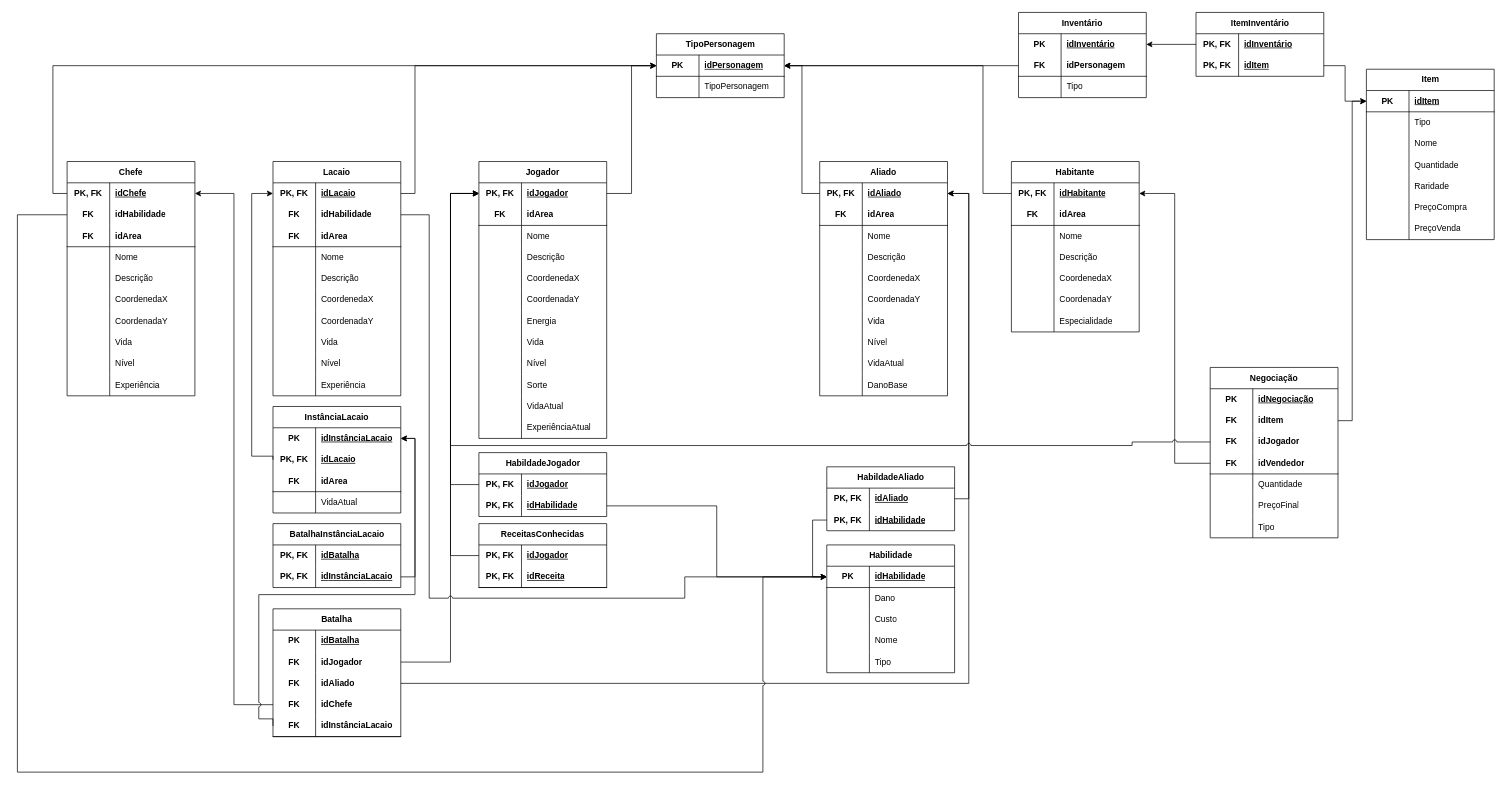
This is docs/assets/drawio/modelo-relacional-personagem.drawio from SBD1/2025.1-Marventura, a draw.io file, before an edit. Source tidied: cells renumbered, new cells numbered last; positions are measured from the earlier drawing's top-left corner, leaving out a move shared by most shapes. Both pictures are drawn from the tidied source at 71%, with x=0, y=0 at pixel (17, 12).
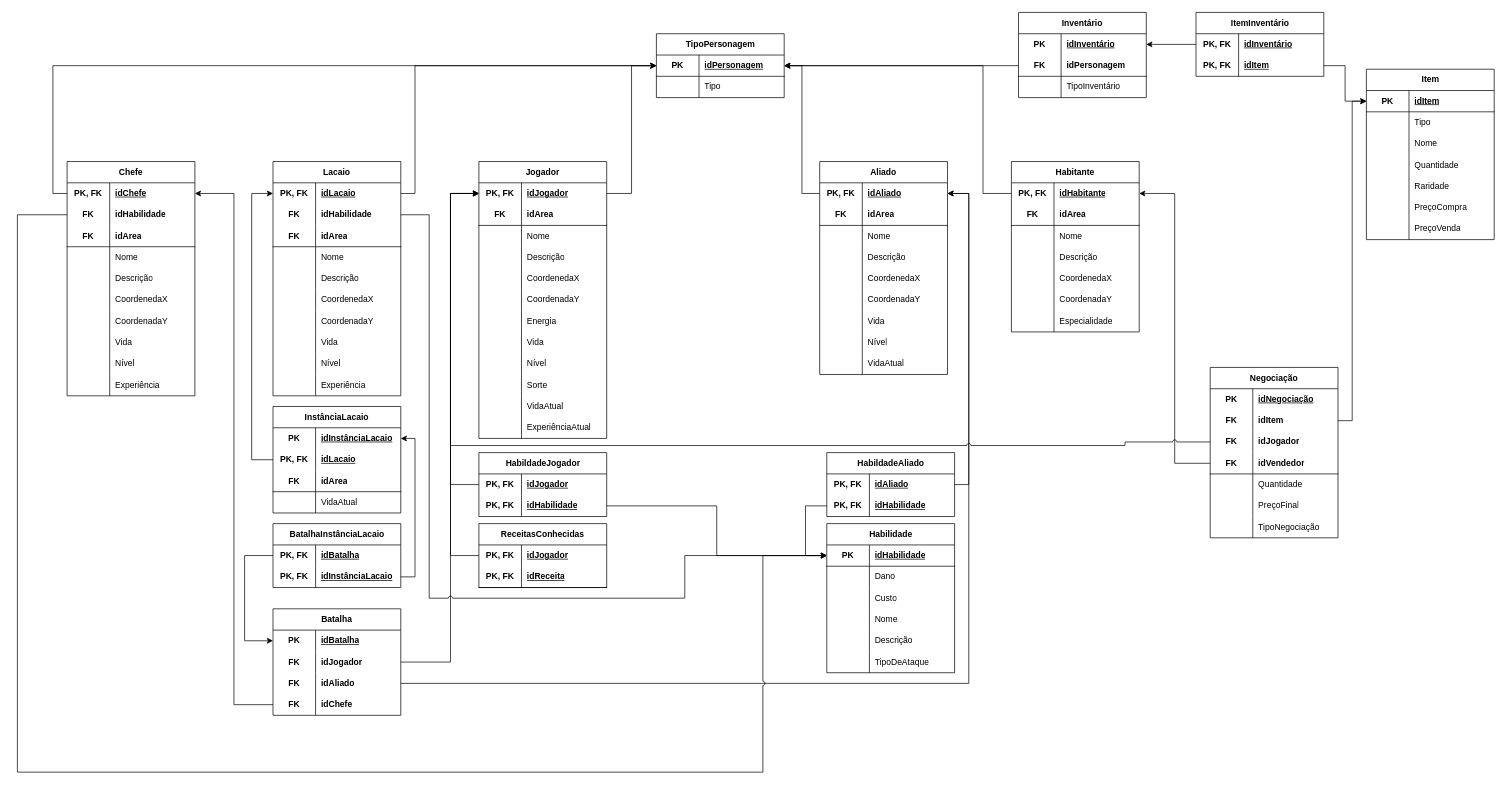
Above is the later version.

Unchanged cells that the change refers to:
```xml
<mxCell id="6" style="shape=tableRow;horizontal=0;startSize=0;swimlaneHead=0;swimlaneBody=0;fillColor=none;points=[[0,0.5],[1,0.5]];portConstraint=eastwest;top=0;left=0;right=0;bottom=0;" parent="2" vertex="1">
  <mxGeometry y="60" width="180" height="30" as="geometry" />
</mxCell>
<mxCell id="10" style="shape=tableRow;horizontal=0;startSize=0;swimlaneHead=0;swimlaneBody=0;fillColor=none;points=[[0,0.5],[1,0.5]];portConstraint=eastwest;top=0;left=0;right=0;bottom=0;html=1;" parent="9" vertex="1">
  <mxGeometry y="30" width="180" height="30" as="geometry" />
</mxCell>
<mxCell id="13" style="shape=tableRow;horizontal=0;startSize=0;swimlaneHead=0;swimlaneBody=0;fillColor=none;points=[[0,0.5],[1,0.5]];portConstraint=eastwest;top=0;left=0;right=0;bottom=0;html=1;" parent="9" vertex="1">
  <mxGeometry y="60" width="180" height="30" as="geometry" />
</mxCell>
<mxCell id="23" style="shape=tableRow;horizontal=0;startSize=0;swimlaneHead=0;swimlaneBody=0;fillColor=none;points=[[0,0.5],[1,0.5]];portConstraint=eastwest;top=0;left=0;right=0;bottom=0;" parent="22" vertex="1">
  <mxGeometry y="30" width="180" height="30" as="geometry" />
</mxCell>
<mxCell id="37" style="shape=tableRow;horizontal=0;startSize=0;swimlaneHead=0;swimlaneBody=0;fillColor=none;points=[[0,0.5],[1,0.5]];portConstraint=eastwest;top=0;left=0;right=0;bottom=1;" parent="36" vertex="1">
  <mxGeometry y="30" width="180" height="30" as="geometry" />
</mxCell>
<mxCell id="56" style="shape=tableRow;horizontal=0;startSize=0;swimlaneHead=0;swimlaneBody=0;fillColor=none;top=0;left=0;right=0;bottom=0;" parent="52" vertex="1">
  <mxGeometry y="60" width="180" height="30" as="geometry" />
</mxCell>
<mxCell id="60" style="shape=tableRow;horizontal=0;startSize=0;swimlaneHead=0;swimlaneBody=0;fillColor=none;points=[[0,0.5],[1,0.5]];portConstraint=eastwest;top=0;left=0;right=0;bottom=0;html=1;" parent="59" vertex="1">
  <mxGeometry y="30" width="180" height="30" as="geometry" />
</mxCell>
<mxCell id="138" style="shape=tableRow;horizontal=0;startSize=0;swimlaneHead=0;swimlaneBody=0;fillColor=none;top=0;left=0;right=0;bottom=0;html=1;" parent="131" vertex="1">
  <mxGeometry y="90" width="180" height="30" as="geometry" />
</mxCell>
<mxCell id="168" style="shape=tableRow;horizontal=0;startSize=0;swimlaneHead=0;swimlaneBody=0;fillColor=none;points=[[0,0.5],[1,0.5]];portConstraint=eastwest;top=0;left=0;right=0;bottom=0;html=1;" parent="167" vertex="1">
  <mxGeometry y="30" width="180" height="30" as="geometry" />
</mxCell>
<mxCell id="171" style="shape=tableRow;horizontal=0;startSize=0;swimlaneHead=0;swimlaneBody=0;fillColor=none;points=[[0,0.5],[1,0.5]];portConstraint=eastwest;top=0;left=0;right=0;bottom=0;html=1;" parent="167" vertex="1">
  <mxGeometry y="60" width="180" height="30" as="geometry" />
</mxCell>
<mxCell id="202" style="shape=tableRow;horizontal=0;startSize=0;swimlaneHead=0;swimlaneBody=0;fillColor=none;points=[[0,0.5],[1,0.5]];portConstraint=eastwest;top=0;left=0;right=0;bottom=0;html=1;" parent="198" vertex="1">
  <mxGeometry y="60" width="180" height="30" as="geometry" />
</mxCell>
<mxCell id="233" style="shape=tableRow;horizontal=0;startSize=0;swimlaneHead=0;swimlaneBody=0;fillColor=none;points=[[0,0.5],[1,0.5]];portConstraint=eastwest;top=0;left=0;right=0;bottom=0;html=1;" parent="232" vertex="1">
  <mxGeometry y="30" width="180" height="30" as="geometry" />
</mxCell>
<mxCell id="293" style="shape=tableRow;horizontal=0;startSize=0;swimlaneHead=0;swimlaneBody=0;fillColor=none;points=[[0,0.5],[1,0.5]];portConstraint=eastwest;top=0;left=0;right=0;bottom=0;html=1;" parent="286" vertex="1">
  <mxGeometry y="90" width="180" height="30" as="geometry" />
</mxCell>
<mxCell id="305" style="shape=tableRow;horizontal=0;startSize=0;swimlaneHead=0;swimlaneBody=0;fillColor=none;top=0;left=0;right=0;bottom=0;html=1;" parent="286" vertex="1">
  <mxGeometry y="210" width="180" height="30" as="geometry" />
</mxCell>
```

Diff of the diagram source:
```diff
@@
     <mxCell id="2" value="HabildadeAliado" style="shape=table;startSize=30;childLayout=tableLayout;rowLines=0;fontStyle=1;align=center;html=1;" parent="1" vertex="1">
-      <mxGeometry x="1140" y="640" width="180" height="90" as="geometry" />
+      <mxGeometry x="1140" y="620" width="180" height="90" as="geometry" />
     </mxCell>
@@
     <mxCell id="36" value="Habilidade" style="shape=table;startSize=30;childLayout=tableLayout;rowLines=0;fontStyle=1;align=center;html=1;" parent="1" vertex="1">
-      <mxGeometry x="1140" y="750" width="180" height="180" as="geometry" />
+      <mxGeometry x="1140" y="720" width="180" height="210" as="geometry" />
     </mxCell>
@@
+    <mxCell id="320" style="shape=tableRow;horizontal=0;startSize=0;swimlaneHead=0;swimlaneBody=0;fillColor=none;top=0;left=0;right=0;bottom=0;" parent="36" vertex="1">
+      <mxGeometry y="150" width="180" height="30" as="geometry" />
+    </mxCell>
+    <mxCell id="125" style="shape=partialRectangle;fillColor=none;top=0;left=0;bottom=0;right=0;overflow=hidden;whiteSpace=wrap;html=1;" parent="320" vertex="1">
+      <mxGeometry width="60" height="30" as="geometry" />
+    </mxCell>
+    <mxCell id="321" value="Descrição" style="shape=partialRectangle;fillColor=none;top=0;left=0;bottom=0;right=0;align=left;spacingLeft=6;overflow=hidden;whiteSpace=wrap;html=1;" parent="320" vertex="1">
+      <mxGeometry x="60" width="120" height="30" as="geometry" />
+    </mxCell>
     <mxCell id="49" style="shape=tableRow;horizontal=0;startSize=0;swimlaneHead=0;swimlaneBody=0;fillColor=none;top=0;left=0;right=0;bottom=0;" parent="36" vertex="1">
-      <mxGeometry y="150" width="180" height="30" as="geometry" />
+      <mxGeometry y="180" width="180" height="30" as="geometry" />
     </mxCell>
@@
-    <mxCell id="51" value="Tipo" style="shape=partialRectangle;fillColor=none;top=0;left=0;bottom=0;right=0;align=left;spacingLeft=6;overflow=hidden;whiteSpace=wrap;html=1;" parent="49" vertex="1">
+    <mxCell id="51" value="TipoDeAtaque" style="shape=partialRectangle;fillColor=none;top=0;left=0;bottom=0;right=0;align=left;spacingLeft=6;overflow=hidden;whiteSpace=wrap;html=1;" parent="49" vertex="1">
       <mxGeometry x="60" width="120" height="30" as="geometry" />
     </mxCell>
@@
-    <mxCell id="58" value="TipoPersonagem" style="shape=partialRectangle;fillColor=none;top=0;left=0;bottom=0;right=0;align=left;spacingLeft=6;overflow=hidden;whiteSpace=wrap;html=1;" parent="56" vertex="1">
+    <mxCell id="58" value="Tipo" style="shape=partialRectangle;fillColor=none;top=0;left=0;bottom=0;right=0;align=left;spacingLeft=6;overflow=hidden;whiteSpace=wrap;html=1;" parent="56" vertex="1">
       <mxGeometry x="60" width="120" height="30" as="geometry" />
     </mxCell>
@@
     <mxCell id="96" value="Aliado" style="shape=table;startSize=30;childLayout=tableLayout;rowLines=0;fontStyle=1;align=center;html=1;whiteSpace=wrap;" parent="1" vertex="1">
-      <mxGeometry x="1130" y="210" width="180" height="330" as="geometry" />
+      <mxGeometry x="1130" y="210" width="180" height="300" as="geometry" />
     </mxCell>
@@
-    <mxCell id="124" style="shape=tableRow;horizontal=0;startSize=0;swimlaneHead=0;swimlaneBody=0;fillColor=none;top=0;left=0;right=0;bottom=0;" parent="96" vertex="1">
-      <mxGeometry y="300" width="180" height="30" as="geometry" />
-    </mxCell>
-    <mxCell id="125" style="shape=partialRectangle;fillColor=none;top=0;left=0;bottom=0;right=0;overflow=hidden;whiteSpace=wrap;html=1;" parent="124" vertex="1">
-      <mxGeometry width="60" height="30" as="geometry" />
-    </mxCell>
-    <mxCell id="126" value="DanoBase" style="shape=partialRectangle;fillColor=none;top=0;left=0;bottom=0;right=0;align=left;spacingLeft=6;overflow=hidden;whiteSpace=wrap;html=1;" parent="124" vertex="1">
-      <mxGeometry x="60" width="120" height="30" as="geometry" />
-    </mxCell>
@@
     <mxCell id="130" style="edgeStyle=orthogonalEdgeStyle;rounded=0;jettySize=auto;html=1;exitX=0;exitY=0.5;exitDx=0;exitDy=0;entryX=0;entryY=0.5;entryDx=0;entryDy=0;" parent="1" edge="1" source="6" target="37">
-      <mxGeometry relative="1" as="geometry" />
+      <mxGeometry relative="1" as="geometry">
+        <Array as="points">
+          <mxPoint x="1110" y="695" />
+          <mxPoint x="1110" y="765" />
+        </Array>
+      </mxGeometry>
     </mxCell>
@@
-    <mxCell id="140" value="Tipo" style="shape=partialRectangle;fillColor=none;top=0;left=0;bottom=0;right=0;align=left;spacingLeft=6;overflow=hidden;html=1;whiteSpace=wrap;" parent="138" vertex="1">
+    <mxCell id="140" value="TipoInventário" style="shape=partialRectangle;fillColor=none;top=0;left=0;bottom=0;right=0;align=left;spacingLeft=6;overflow=hidden;html=1;whiteSpace=wrap;" parent="138" vertex="1">
       <mxGeometry x="60" width="120" height="30" as="geometry" />
     </mxCell>
@@
     <mxCell id="166" style="edgeStyle=orthogonalEdgeStyle;rounded=0;jettySize=auto;html=1;entryX=0;entryY=0.5;entryDx=0;entryDy=0;exitX=0;exitY=0.5;exitDx=0;exitDy=0;" parent="1" edge="1" source="13" target="168">
       <mxGeometry relative="1" as="geometry">
         <Array as="points">
-          <mxPoint x="330" y="625" />
+          <mxPoint x="330" y="630" />
           <mxPoint x="330" y="255" />
         </Array>
       </mxGeometry>
     </mxCell>
@@
     <mxCell id="232" value="Batalha" style="shape=table;startSize=30;childLayout=tableLayout;rowLines=0;fontStyle=1;align=center;html=1;whiteSpace=wrap;" parent="1" vertex="1">
-      <mxGeometry x="360" y="840" width="180" height="180" as="geometry" />
+      <mxGeometry x="360" y="840" width="180" height="150" as="geometry" />
     </mxCell>
@@
-    <mxCell id="245" style="shape=tableRow;horizontal=0;startSize=0;swimlaneHead=0;swimlaneBody=0;fillColor=none;points=[[0,0.5],[1,0.5]];portConstraint=eastwest;top=0;left=0;right=0;bottom=1;html=1;" parent="232" vertex="1">
-      <mxGeometry y="150" width="180" height="30" as="geometry" />
-    </mxCell>
-    <mxCell id="246" value="FK" style="shape=partialRectangle;fillColor=none;top=0;left=0;bottom=0;right=0;fontStyle=1;overflow=hidden;html=1;whiteSpace=wrap;" parent="245" vertex="1">
-      <mxGeometry width="60" height="30" as="geometry" />
-    </mxCell>
-    <mxCell id="247" value="idInstânciaLacaio" style="shape=partialRectangle;fillColor=none;top=0;left=0;bottom=0;right=0;align=left;spacingLeft=6;fontStyle=1;overflow=hidden;html=1;whiteSpace=wrap;" parent="245" vertex="1">
-      <mxGeometry x="60" width="120" height="30" as="geometry" />
-    </mxCell>
@@
-    <mxCell id="249" style="edgeStyle=orthogonalEdgeStyle;rounded=0;jettySize=auto;html=1;entryX=1;entryY=0.5;entryDx=0;entryDy=0;jumpStyle=arc;exitX=0;exitY=0.5;exitDx=0;exitDy=0;" parent="1" edge="1" source="245" target="10">
+    <mxCell id="249" style="edgeStyle=orthogonalEdgeStyle;rounded=0;jettySize=auto;html=1;entryX=1;entryY=0.5;entryDx=0;entryDy=0;jumpStyle=arc;exitX=0;exitY=0.5;exitDx=0;exitDy=0;" parent="1" edge="1" target="10">
       <mxGeometry relative="1" as="geometry">
         <Array as="points">
           <mxPoint x="360" y="995" />
           <mxPoint x="340" y="995" />
           <mxPoint x="340" y="820" />
           <mxPoint x="560" y="820" />
           <mxPoint x="560" y="600" />
         </Array>
       </mxGeometry>
     </mxCell>
@@
     <mxCell id="252" style="edgeStyle=orthogonalEdgeStyle;rounded=0;jettySize=auto;html=1;entryX=0;entryY=0.5;entryDx=0;entryDy=0;jumpStyle=arc;" parent="1" edge="1" source="202" target="37">
       <mxGeometry relative="1" as="geometry">
         <Array as="points">
           <mxPoint y="285" />
           <mxPoint y="1070" />
           <mxPoint x="1050" y="1070" />
-          <mxPoint x="1050" y="795" />
+          <mxPoint x="1050" y="765" />
         </Array>
       </mxGeometry>
     </mxCell>
     <mxCell id="253" style="edgeStyle=orthogonalEdgeStyle;rounded=0;jettySize=auto;html=1;entryX=0;entryY=0.5;entryDx=0;entryDy=0;jumpStyle=arc;" parent="1" edge="1" source="171" target="37">
       <mxGeometry relative="1" as="geometry">
         <Array as="points">
           <mxPoint x="580" y="285" />
           <mxPoint x="580" y="825" />
           <mxPoint x="940" y="825" />
-          <mxPoint x="940" y="795" />
+          <mxPoint x="940" y="765" />
         </Array>
       </mxGeometry>
     </mxCell>
@@
-    <mxCell id="307" value="Tipo" style="shape=partialRectangle;fillColor=none;top=0;left=0;bottom=0;right=0;align=left;spacingLeft=6;overflow=hidden;html=1;whiteSpace=wrap;" parent="305" vertex="1">
+    <mxCell id="307" value="TipoNegociação" style="shape=partialRectangle;fillColor=none;top=0;left=0;bottom=0;right=0;align=left;spacingLeft=6;overflow=hidden;html=1;whiteSpace=wrap;" parent="305" vertex="1">
       <mxGeometry x="60" width="120" height="30" as="geometry" />
     </mxCell>
@@
     <mxCell id="310" style="edgeStyle=orthogonalEdgeStyle;rounded=0;jettySize=auto;html=1;entryX=0;entryY=0.5;entryDx=0;entryDy=0;exitX=0;exitY=0.5;exitDx=0;exitDy=0;jumpStyle=arc;" parent="1" edge="1" source="293" target="60">
       <mxGeometry relative="1" as="geometry">
         <Array as="points">
-          <mxPoint x="1570" y="605" />
-          <mxPoint x="1570" y="610" />
+          <mxPoint x="1560" y="605" />
+          <mxPoint x="1560" y="610" />
           <mxPoint x="610" y="610" />
           <mxPoint x="610" y="255" />
         </Array>
       </mxGeometry>
     </mxCell>
@@
+    <mxCell id="322" style="edgeStyle=orthogonalEdgeStyle;rounded=0;jettySize=auto;html=1;exitX=0;exitY=0.5;exitDx=0;exitDy=0;entryX=0;entryY=0.5;entryDx=0;entryDy=0;jumpStyle=arc;" parent="1" edge="1" source="23" target="233">
+      <mxGeometry relative="1" as="geometry">
+        <Array as="points">
+          <mxPoint x="320" y="765" />
+          <mxPoint x="320" y="885" />
+        </Array>
+      </mxGeometry>
+    </mxCell>
```
